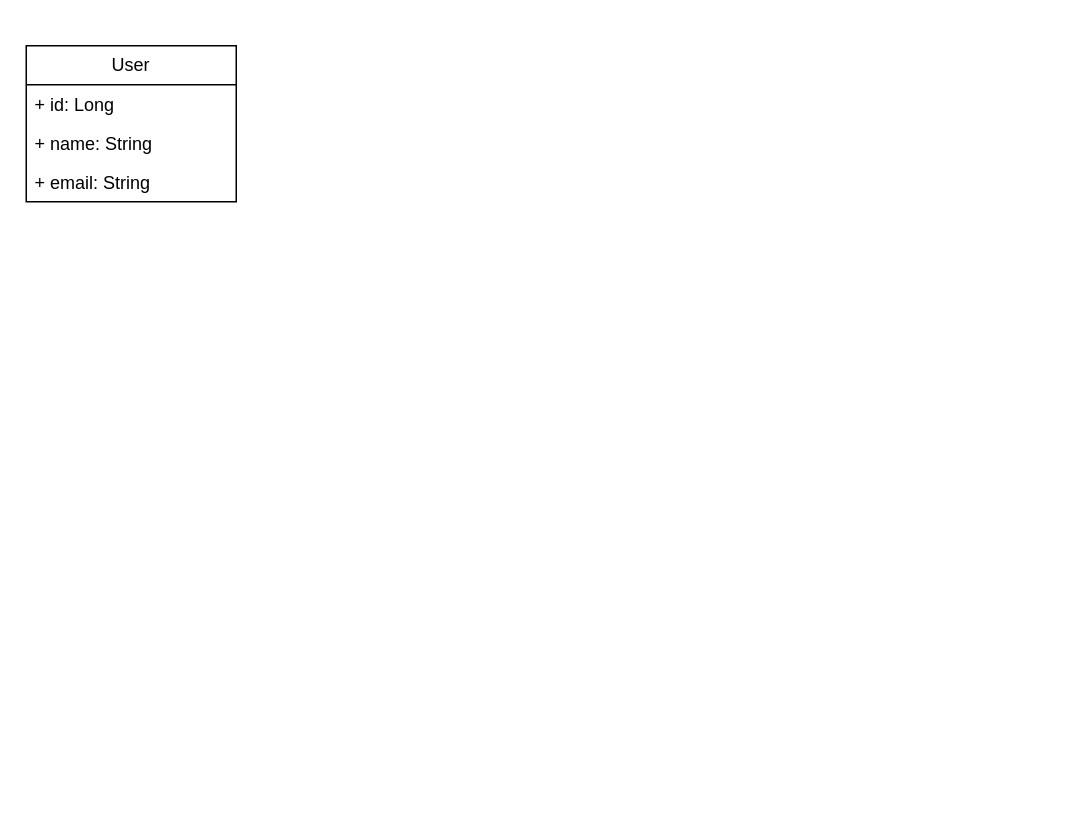
Before: EntityDiagram.drawio in RayCoWYDEN/rayco-docs, a draw.io diagram. Source tidied: cells renumbered, new cells numbered last; positions are measured from the earlier drawing's top-left corner, leaving out a move shared by most shapes. Both pictures are drawn from the tidied source at 150%, with x=0, y=0 at pixel (26, 45).
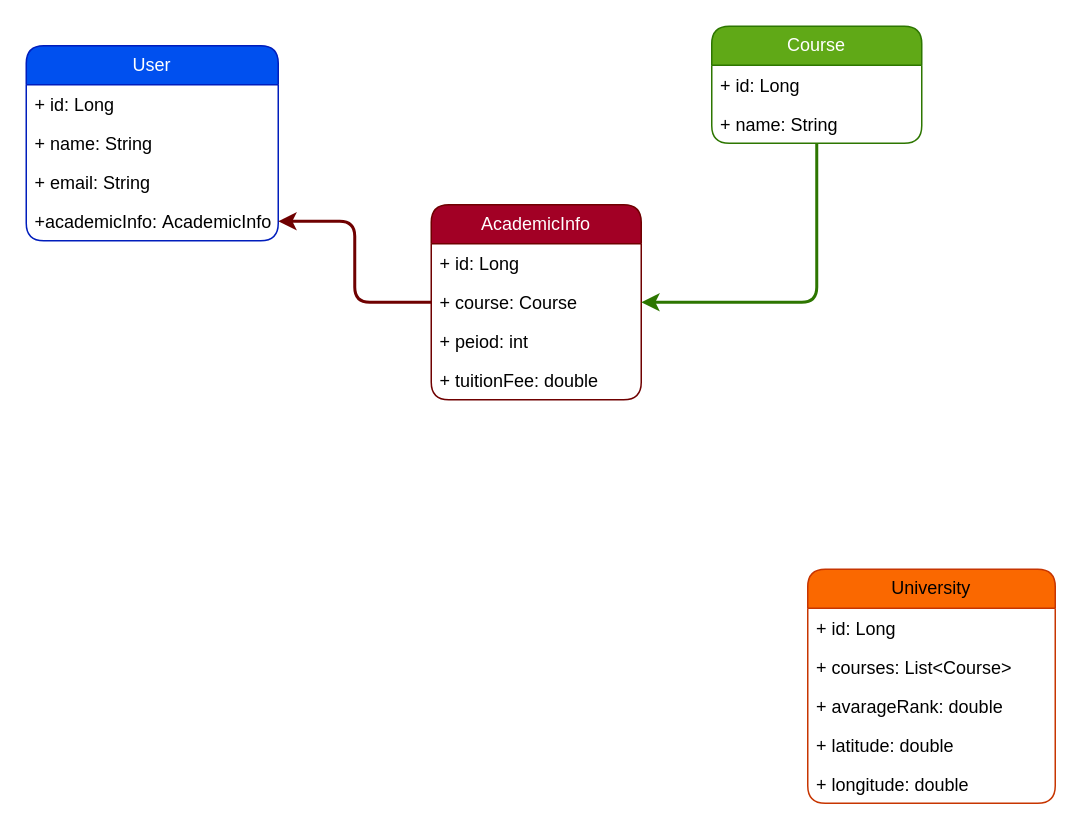
Above is the later version.

What changed in the source:
```diff
@@
-    <mxCell id="2" value="User" style="swimlane;fontStyle=0;horizontal=1;startSize=26;fillColor=none;whiteSpace=wrap;html=1;" parent="1" vertex="1">
-      <mxGeometry width="140" height="104" as="geometry" />
+    <mxCell id="2" value="User" style="swimlane;fontStyle=0;horizontal=1;startSize=26;fillColor=#0050ef;whiteSpace=wrap;html=1;rounded=1;fontColor=#ffffff;strokeColor=#001DBC;" parent="1" vertex="1">
+      <mxGeometry width="168" height="130" as="geometry" />
     </mxCell>
-    <mxCell id="3" value="+ id: Long" style="text;strokeColor=none;fillColor=none;align=left;verticalAlign=top;spacingLeft=4;spacingRight=4;overflow=hidden;whiteSpace=wrap;html=1;" parent="2" vertex="1">
-      <mxGeometry y="26" width="140" height="26" as="geometry" />
+    <mxCell id="3" value="+ id: Long" style="text;strokeColor=none;fillColor=none;align=left;verticalAlign=top;spacingLeft=4;spacingRight=4;overflow=hidden;whiteSpace=wrap;html=1;rounded=1;" parent="2" vertex="1">
+      <mxGeometry y="26" width="168" height="26" as="geometry" />
     </mxCell>
-    <mxCell id="4" value="+ name: String" style="text;strokeColor=none;fillColor=none;align=left;verticalAlign=top;spacingLeft=4;spacingRight=4;overflow=hidden;whiteSpace=wrap;html=1;" parent="2" vertex="1">
-      <mxGeometry y="52" width="140" height="26" as="geometry" />
+    <mxCell id="4" value="+ name: String" style="text;strokeColor=none;fillColor=none;align=left;verticalAlign=top;spacingLeft=4;spacingRight=4;overflow=hidden;whiteSpace=wrap;html=1;rounded=1;" parent="2" vertex="1">
+      <mxGeometry y="52" width="168" height="26" as="geometry" />
     </mxCell>
-    <mxCell id="5" value="+ email: String" style="text;strokeColor=none;fillColor=none;align=left;verticalAlign=top;spacingLeft=4;spacingRight=4;overflow=hidden;whiteSpace=wrap;html=1;" parent="2" vertex="1">
-      <mxGeometry y="78" width="140" height="26" as="geometry" />
+    <mxCell id="5" value="+ email: String" style="text;strokeColor=none;fillColor=none;align=left;verticalAlign=top;spacingLeft=4;spacingRight=4;overflow=hidden;whiteSpace=wrap;html=1;rounded=1;" parent="2" vertex="1">
+      <mxGeometry y="78" width="168" height="26" as="geometry" />
     </mxCell>
+    <mxCell id="6" value="+academicInfo:&amp;nbsp;&lt;span style=&quot;text-align: center;&quot;&gt;AcademicInfo&lt;/span&gt;" style="text;strokeColor=none;fillColor=none;align=left;verticalAlign=top;spacingLeft=4;spacingRight=4;overflow=hidden;points=[[0,0.5],[1,0.5]];portConstraint=eastwest;whiteSpace=wrap;html=1;rounded=1;" parent="2" vertex="1">
+      <mxGeometry y="104" width="168" height="26" as="geometry" />
+    </mxCell>
+    <mxCell id="7" style="edgeStyle=orthogonalEdgeStyle;rounded=1;jettySize=auto;html=1;strokeColor=#6F0000;curved=0;fillColor=#a20025;strokeWidth=2;" parent="1" edge="1" source="8" target="6">
+      <mxGeometry relative="1" as="geometry" />
+    </mxCell>
+    <mxCell id="8" value="AcademicInfo" style="swimlane;fontStyle=0;horizontal=1;startSize=26;fillColor=#a20025;whiteSpace=wrap;html=1;rounded=1;fontColor=#ffffff;strokeColor=#6F0000;" parent="1" vertex="1">
+      <mxGeometry x="270" y="106" width="140" height="130" as="geometry" />
+    </mxCell>
+    <mxCell id="9" value="+ id: Long" style="text;strokeColor=none;fillColor=none;align=left;verticalAlign=top;spacingLeft=4;spacingRight=4;overflow=hidden;whiteSpace=wrap;html=1;rounded=1;" parent="8" vertex="1">
+      <mxGeometry y="26" width="140" height="26" as="geometry" />
+    </mxCell>
+    <mxCell id="10" value="+ course: Course" style="text;strokeColor=none;fillColor=none;align=left;verticalAlign=top;spacingLeft=4;spacingRight=4;overflow=hidden;points=[[0,0.5],[1,0.5]];portConstraint=eastwest;whiteSpace=wrap;html=1;rounded=1;" parent="8" vertex="1">
+      <mxGeometry y="52" width="140" height="26" as="geometry" />
+    </mxCell>
+    <mxCell id="11" value="+ peiod: int" style="text;strokeColor=none;fillColor=none;align=left;verticalAlign=top;spacingLeft=4;spacingRight=4;overflow=hidden;whiteSpace=wrap;html=1;rounded=1;" parent="8" vertex="1">
+      <mxGeometry y="78" width="140" height="26" as="geometry" />
+    </mxCell>
+    <mxCell id="12" value="+ tuitionFee: double" style="text;strokeColor=none;fillColor=none;align=left;verticalAlign=top;spacingLeft=4;spacingRight=4;overflow=hidden;whiteSpace=wrap;html=1;rounded=1;" parent="8" vertex="1">
+      <mxGeometry y="104" width="140" height="26" as="geometry" />
+    </mxCell>
+    <mxCell id="13" style="edgeStyle=orthogonalEdgeStyle;rounded=1;jettySize=auto;html=1;entryX=1;entryY=0.5;entryDx=0;entryDy=0;fillColor=#60a917;strokeColor=#2D7600;strokeWidth=2;" parent="1" edge="1" source="14" target="10">
+      <mxGeometry relative="1" as="geometry" />
+    </mxCell>
+    <mxCell id="14" value="Course" style="swimlane;fontStyle=0;horizontal=1;startSize=26;fillColor=#60a917;whiteSpace=wrap;html=1;rounded=1;fontColor=#ffffff;strokeColor=#2D7600;" parent="1" vertex="1">
+      <mxGeometry x="457" y="-13" width="140" height="78" as="geometry" />
+    </mxCell>
+    <mxCell id="15" value="+ id: Long" style="text;strokeColor=none;fillColor=none;align=left;verticalAlign=top;spacingLeft=4;spacingRight=4;overflow=hidden;whiteSpace=wrap;html=1;rounded=1;" parent="14" vertex="1">
+      <mxGeometry y="26" width="140" height="26" as="geometry" />
+    </mxCell>
+    <mxCell id="16" value="+ name: String" style="text;strokeColor=none;fillColor=none;align=left;verticalAlign=top;spacingLeft=4;spacingRight=4;overflow=hidden;whiteSpace=wrap;html=1;rounded=1;" parent="14" vertex="1">
+      <mxGeometry y="52" width="140" height="26" as="geometry" />
+    </mxCell>
+    <mxCell id="17" value="University" style="swimlane;fontStyle=0;horizontal=1;startSize=26;fillColor=#fa6800;whiteSpace=wrap;html=1;rounded=1;strokeColor=#C73500;fontColor=#000000;" parent="1" vertex="1">
+      <mxGeometry x="521" y="349" width="165" height="156" as="geometry" />
+    </mxCell>
+    <mxCell id="18" value="+ id: Long" style="text;strokeColor=none;fillColor=none;align=left;verticalAlign=top;spacingLeft=4;spacingRight=4;overflow=hidden;whiteSpace=wrap;html=1;rounded=1;" parent="17" vertex="1">
+      <mxGeometry y="26" width="165" height="26" as="geometry" />
+    </mxCell>
+    <mxCell id="19" value="+ courses: List&amp;lt;Course&amp;gt;" style="text;strokeColor=none;fillColor=none;align=left;verticalAlign=top;spacingLeft=4;spacingRight=4;overflow=hidden;whiteSpace=wrap;html=1;rounded=1;" parent="17" vertex="1">
+      <mxGeometry y="52" width="165" height="26" as="geometry" />
+    </mxCell>
+    <mxCell id="20" value="+ avarageRank: double" style="text;strokeColor=none;fillColor=none;align=left;verticalAlign=top;spacingLeft=4;spacingRight=4;overflow=hidden;whiteSpace=wrap;html=1;rounded=1;" parent="17" vertex="1">
+      <mxGeometry y="78" width="165" height="26" as="geometry" />
+    </mxCell>
+    <mxCell id="21" value="+ latitude: double" style="text;strokeColor=none;fillColor=none;align=left;verticalAlign=top;spacingLeft=4;spacingRight=4;overflow=hidden;whiteSpace=wrap;html=1;rounded=1;" parent="17" vertex="1">
+      <mxGeometry y="104" width="165" height="26" as="geometry" />
+    </mxCell>
+    <mxCell id="22" value="+ longitude: double" style="text;strokeColor=none;fillColor=none;align=left;verticalAlign=top;spacingLeft=4;spacingRight=4;overflow=hidden;whiteSpace=wrap;html=1;rounded=1;" parent="17" vertex="1">
+      <mxGeometry y="130" width="165" height="26" as="geometry" />
+    </mxCell>
```
